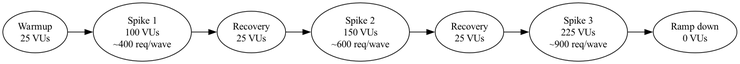
Earlier version of the Graphviz export docs/graphviz/traffic-spike.png (orenlion1/ensemble-retail). Its source is kept beside it as docs/graphviz/traffic-spike.dot.
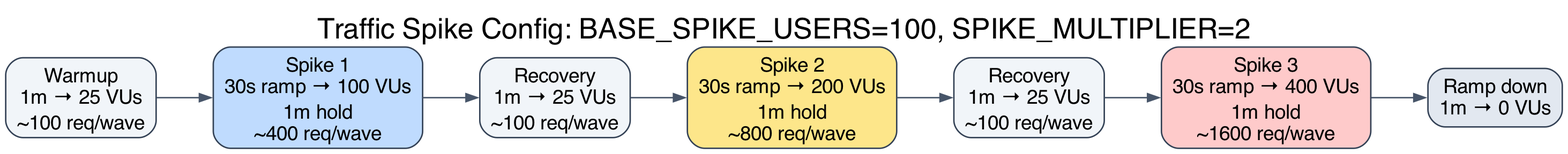
After the change.

Diff of the diagram source:
```diff
@@ -1,13 +1,24 @@
 digraph traffic_spike {
-  rankdir=LR;
+  graph [
+    rankdir=LR,
+    labelloc=t,
+    label="Traffic Spike Config: BASE_SPIKE_USERS=100, SPIKE_MULTIPLIER=2",
+    fontsize=20,
+    fontname="Helvetica",
+    nodesep=0.35,
+    ranksep=0.55
+  ];
 
-  warmup [label="Warmup\n25 VUs"];
-  spike1 [label="Spike 1\n100 VUs\n~400 req/wave"];
-  recovery1 [label="Recovery\n25 VUs"];
-  spike2 [label="Spike 2\n150 VUs\n~600 req/wave"];
-  recovery2 [label="Recovery\n25 VUs"];
-  spike3 [label="Spike 3\n225 VUs\n~900 req/wave"];
-  rampdown [label="Ramp down\n0 VUs"];
+  node [shape=box, style="rounded,filled", fontname="Helvetica", color="#334155", fillcolor="#f8fafc"];
+  edge [color="#475569", arrowsize=0.8, fontname="Helvetica", fontsize=10];
+
+  warmup [label="Warmup\n1m → 25 VUs\n~100 req/wave", fillcolor="#f1f5f9"];
+  spike1 [label="Spike 1\n30s ramp → 100 VUs\n1m hold\n~400 req/wave", fillcolor="#bfdbfe"];
+  recovery1 [label="Recovery\n1m → 25 VUs\n~100 req/wave", fillcolor="#f1f5f9"];
+  spike2 [label="Spike 2\n30s ramp → 200 VUs\n1m hold\n~800 req/wave", fillcolor="#fde68a"];
+  recovery2 [label="Recovery\n1m → 25 VUs\n~100 req/wave", fillcolor="#f1f5f9"];
+  spike3 [label="Spike 3\n30s ramp → 400 VUs\n1m hold\n~1600 req/wave", fillcolor="#fecaca"];
+  rampdown [label="Ramp down\n1m → 0 VUs", fillcolor="#e2e8f0"];
 
   warmup -> spike1 -> recovery1 -> spike2 -> recovery2 -> spike3 -> rampdown;
 }
```
